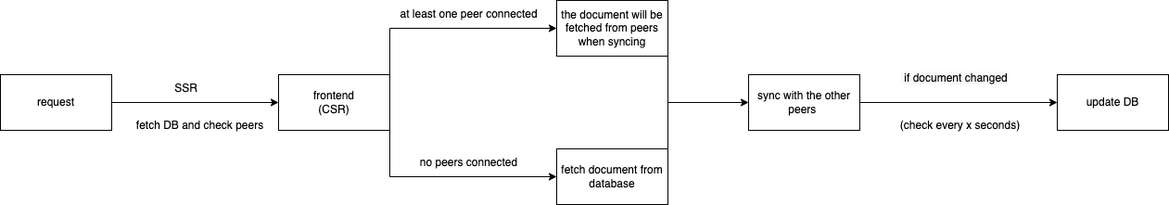
The draw.io diagram assets/bytecrowds.drawio.png in Bytecrowds/bytecrowds, before a commit. Source tidied: cells renumbered, new cells last; positions are measured from the earlier drawing's top-left corner, leaving out a move shared by most shapes.
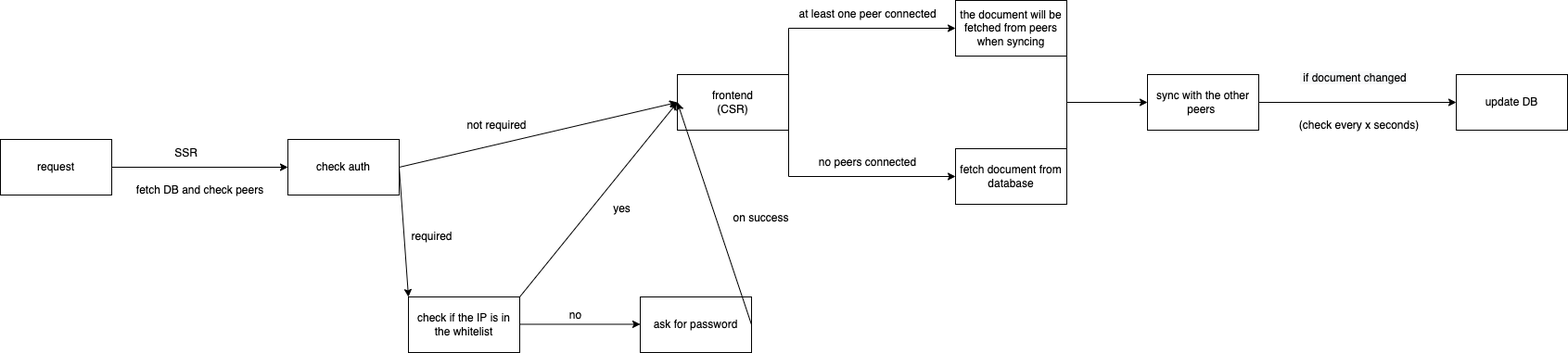
Above is the later version.

What changed in the source:
```diff
@@ -3,19 +3,19 @@
     <mxCell id="0" />
     <mxCell id="1" parent="0" />
     <mxCell id="2" value="request" style="rounded=0;whiteSpace=wrap;html=1;fontSize=12;" parent="1" vertex="1">
-      <mxGeometry y="80" width="120" height="60" as="geometry" />
+      <mxGeometry x="-430" y="150" width="120" height="60" as="geometry" />
     </mxCell>
-    <mxCell id="3" style="endArrow=classic;html=1;rounded=0;entryX=0;entryY=0.5;entryDx=0;entryDy=0;exitX=1;exitY=0.5;exitDx=0;exitDy=0;" parent="1" edge="1" source="2" target="4">
+    <mxCell id="3" style="endArrow=classic;html=1;rounded=0;entryX=0;entryY=0.5;entryDx=0;entryDy=0;exitX=1;exitY=0.5;exitDx=0;exitDy=0;startArrow=none;" parent="1" edge="1" source="22" target="4">
       <mxGeometry relative="1" as="geometry" />
     </mxCell>
     <mxCell id="4" value="frontend&lt;br&gt;(CSR)" style="rounded=0;whiteSpace=wrap;html=1;" parent="1" vertex="1">
       <mxGeometry x="300" y="80" width="120" height="60" as="geometry" />
     </mxCell>
     <mxCell id="5" value="SSR" style="text;html=1;align=center;verticalAlign=middle;strokeColor=none;fillColor=none;" parent="1" vertex="1">
-      <mxGeometry x="175" y="80" width="50" height="30" as="geometry" />
+      <mxGeometry x="-255" y="150" width="50" height="30" as="geometry" />
     </mxCell>
     <mxCell id="6" value="fetch DB and check peers" style="text;html=1;align=center;verticalAlign=middle;strokeColor=none;fillColor=none;" parent="1" vertex="1">
-      <mxGeometry x="135" y="120" width="160" height="30" as="geometry" />
+      <mxGeometry x="-295" y="190" width="160" height="30" as="geometry" />
     </mxCell>
     <mxCell id="7" value="at least one peer connected" style="text;html=1;align=center;verticalAlign=middle;strokeColor=none;fillColor=none;fontSize=12;" parent="1" vertex="1">
       <mxGeometry x="420" width="170" height="30" as="geometry" />
@@ -77,5 +77,52 @@
     <mxCell id="21" value="update DB" style="rounded=0;whiteSpace=wrap;html=1;" parent="1" vertex="1">
       <mxGeometry x="1140" y="80" width="120" height="60" as="geometry" />
     </mxCell>
+    <mxCell id="22" value="check auth" style="rounded=0;whiteSpace=wrap;html=1;" parent="1" vertex="1">
+      <mxGeometry x="-120" y="150" width="120" height="60" as="geometry" />
+    </mxCell>
+    <mxCell id="23" style="endArrow=classic;html=1;rounded=0;exitX=1;exitY=0.5;exitDx=0;exitDy=0;entryX=0;entryY=0.5;entryDx=0;entryDy=0;" parent="1" edge="1" source="2" target="22">
+      <mxGeometry relative="1" as="geometry" />
+    </mxCell>
+    <mxCell id="24" value="not required" style="text;html=1;align=center;verticalAlign=middle;strokeColor=none;fillColor=none;" parent="1" vertex="1">
+      <mxGeometry x="60" y="120" width="90" height="30" as="geometry" />
+    </mxCell>
+    <mxCell id="25" style="endArrow=classic;html=1;rounded=0;exitX=1;exitY=0.5;exitDx=0;exitDy=0;entryX=0;entryY=0;entryDx=0;entryDy=0;" parent="1" edge="1" source="22" target="27">
+      <mxGeometry relative="1" as="geometry" />
+    </mxCell>
+    <mxCell id="26" value="required" style="text;html=1;align=center;verticalAlign=middle;strokeColor=none;fillColor=none;" parent="1" vertex="1">
+      <mxGeometry y="240" width="70" height="30" as="geometry" />
+    </mxCell>
+    <mxCell id="27" value="check if the IP is in the whitelist" style="rounded=0;whiteSpace=wrap;html=1;" parent="1" vertex="1">
+      <mxGeometry x="10" y="320" width="120" height="60" as="geometry" />
+    </mxCell>
+    <mxCell id="28" style="endArrow=classic;html=1;rounded=0;exitX=1;exitY=0;exitDx=0;exitDy=0;entryX=0;entryY=0.5;entryDx=0;entryDy=0;" parent="1" edge="1" source="27" target="4">
+      <mxGeometry relative="1" as="geometry" />
+    </mxCell>
+    <mxCell id="29" value="yes" style="text;html=1;align=center;verticalAlign=middle;strokeColor=none;fillColor=none;" parent="1" vertex="1">
+      <mxGeometry x="220" y="210" width="40" height="30" as="geometry" />
+    </mxCell>
+    <mxCell id="30" style="endArrow=classic;html=1;rounded=0;entryX=0;entryY=0.5;entryDx=0;entryDy=0;exitX=1;exitY=0.5;exitDx=0;exitDy=0;startArrow=none;" parent="1" edge="1">
+      <mxGeometry relative="1" as="geometry">
+        <mxPoint x="130" y="349.5" as="sourcePoint" />
+        <mxPoint x="260" y="349.5" as="targetPoint" />
+      </mxGeometry>
+    </mxCell>
+    <mxCell id="31" value="no" style="text;html=1;align=center;verticalAlign=middle;strokeColor=none;fillColor=none;" parent="1" vertex="1">
+      <mxGeometry x="170" y="325" width="40" height="30" as="geometry" />
+    </mxCell>
+    <mxCell id="32" value="ask for password" style="rounded=0;whiteSpace=wrap;html=1;" parent="1" vertex="1">
+      <mxGeometry x="260" y="320" width="120" height="60" as="geometry" />
+    </mxCell>
+    <mxCell id="33" style="endArrow=classic;html=1;rounded=0;exitX=1;exitY=0.5;exitDx=0;exitDy=0;" parent="1" edge="1" source="32">
+      <mxGeometry relative="1" as="geometry">
+        <mxPoint x="380" y="350" as="targetPoint" />
+      </mxGeometry>
+    </mxCell>
+    <mxCell id="34" style="endArrow=classic;html=1;rounded=0;entryX=0;entryY=0.5;entryDx=0;entryDy=0;exitX=1;exitY=0.5;exitDx=0;exitDy=0;startArrow=none;" parent="1" edge="1" source="32" target="4">
+      <mxGeometry relative="1" as="geometry" />
+    </mxCell>
+    <mxCell id="35" value="on success" style="text;html=1;align=center;verticalAlign=middle;strokeColor=none;fillColor=none;" parent="1" vertex="1">
+      <mxGeometry x="350" y="220" width="80" height="30" as="geometry" />
+    </mxCell>
   </root>
 </mxGraphModel>
```
